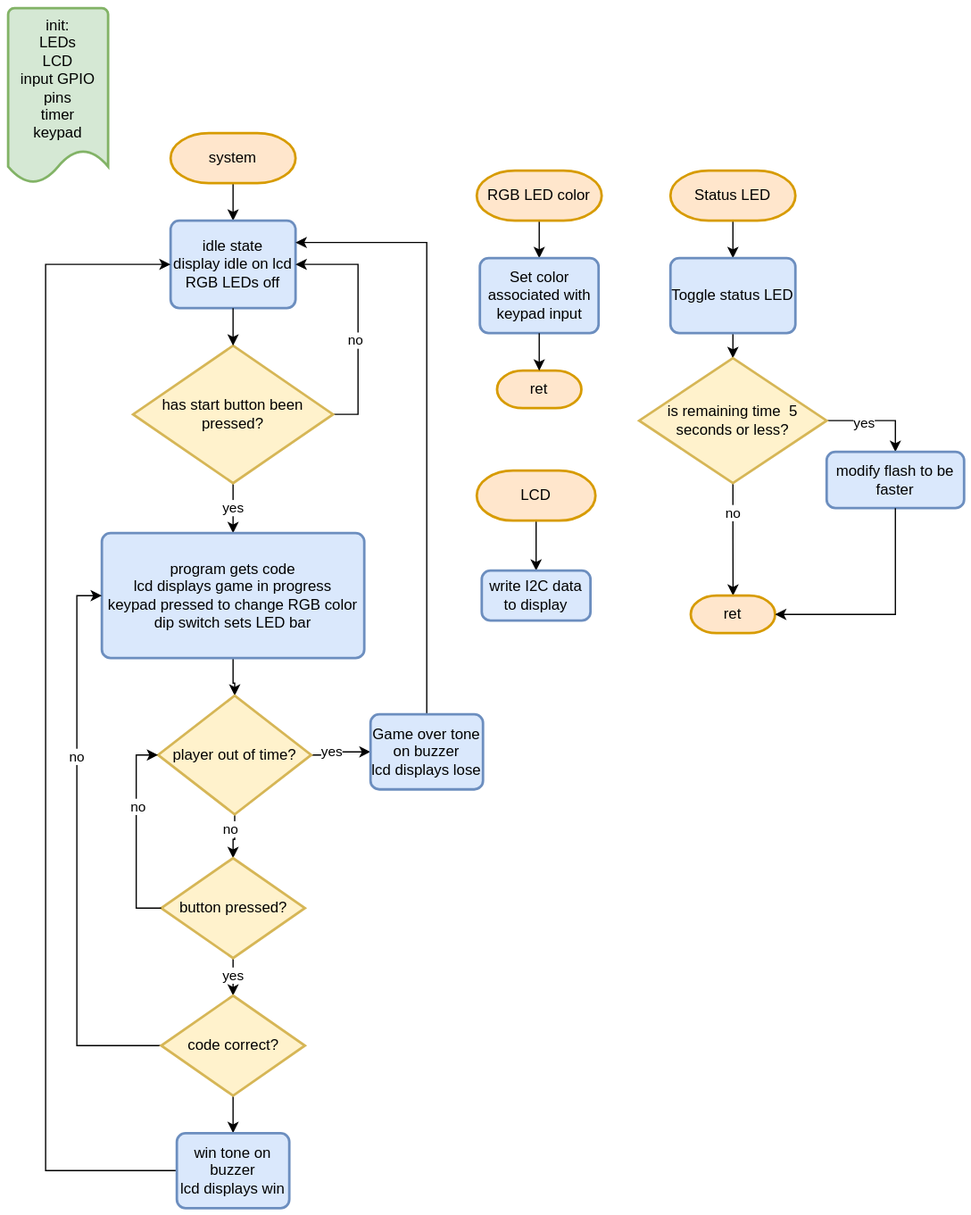
The draw.io diagram docs/assets/final_project_concept-flowchart.drawio.svg in msu-eele-465/final-project-rlm2002, before a commit. Source tidied: cells renumbered, new cells last; positions are measured from the earlier drawing's top-left corner, leaving out a move shared by most shapes. The source it was exported from:
```xml
<mxGraphModel>
  <root>
    <mxCell id="0" />
    <mxCell id="1" parent="0" />
    <mxCell id="2" style="edgeStyle=orthogonalEdgeStyle;rounded=0;jettySize=auto;html=1;exitX=0.5;exitY=1;exitDx=0;exitDy=0;exitPerimeter=0;entryX=0.5;entryY=0;entryDx=0;entryDy=0;" parent="1" edge="1" source="3" target="5">
      <mxGeometry relative="1" as="geometry" />
    </mxCell>
    <mxCell id="3" value="system" style="strokeWidth=2;html=1;shape=mxgraph.flowchart.terminator;whiteSpace=wrap;fillColor=#ffe6cc;strokeColor=#d79b00;" parent="1" vertex="1">
      <mxGeometry x="130" y="100" width="100" height="40" as="geometry" />
    </mxCell>
    <mxCell id="4" value="init:&lt;div&gt;LEDs&lt;/div&gt;&lt;div&gt;LCD&lt;/div&gt;&lt;div&gt;input GPIO pins&lt;/div&gt;&lt;div&gt;timer&lt;/div&gt;&lt;div&gt;keypad&lt;/div&gt;" style="strokeWidth=2;html=1;shape=mxgraph.flowchart.document2;whiteSpace=wrap;size=0.18888888888888888;fillColor=#d5e8d4;strokeColor=#82b366;verticalAlign=top;" parent="1" vertex="1">
      <mxGeometry width="80" height="140" as="geometry" />
    </mxCell>
    <mxCell id="5" value="idle state&lt;div&gt;display idle on lcd&lt;/div&gt;&lt;div&gt;RGB LEDs off&lt;/div&gt;" style="rounded=1;whiteSpace=wrap;html=1;absoluteArcSize=1;arcSize=14;strokeWidth=2;fillColor=#dae8fc;strokeColor=#6c8ebf;" parent="1" vertex="1">
      <mxGeometry x="130" y="170" width="100" height="70" as="geometry" />
    </mxCell>
    <mxCell id="6" style="edgeStyle=orthogonalEdgeStyle;rounded=0;jettySize=auto;html=1;exitX=1;exitY=0.5;exitDx=0;exitDy=0;exitPerimeter=0;entryX=1;entryY=0.5;entryDx=0;entryDy=0;" parent="1" edge="1" source="10" target="5">
      <mxGeometry relative="1" as="geometry" />
    </mxCell>
    <mxCell id="7" value="no" style="edgeLabel;html=1;align=center;verticalAlign=middle;" parent="6" vertex="1">
      <mxGeometry x="-0.16" y="3" relative="1" as="geometry" />
    </mxCell>
    <mxCell id="8" style="edgeStyle=orthogonalEdgeStyle;rounded=0;jettySize=auto;html=1;entryX=0.5;entryY=0;entryDx=0;entryDy=0;" parent="1" edge="1" source="10" target="12">
      <mxGeometry relative="1" as="geometry" />
    </mxCell>
    <mxCell id="9" value="yes" style="edgeLabel;html=1;align=center;verticalAlign=middle;" parent="8" vertex="1">
      <mxGeometry x="-0.05" y="-1" relative="1" as="geometry" />
    </mxCell>
    <mxCell id="10" value="has start button been pressed?" style="strokeWidth=2;html=1;shape=mxgraph.flowchart.decision;whiteSpace=wrap;fillColor=#fff2cc;strokeColor=#d6b656;" parent="1" vertex="1">
      <mxGeometry x="100" y="270" width="160" height="110" as="geometry" />
    </mxCell>
    <mxCell id="11" style="edgeStyle=orthogonalEdgeStyle;rounded=0;jettySize=auto;html=1;" parent="1" edge="1" source="12" target="27">
      <mxGeometry relative="1" as="geometry" />
    </mxCell>
    <mxCell id="12" value="program gets code&lt;div&gt;lcd displays game in progress&lt;/div&gt;&lt;div&gt;keypad pressed to change RGB color&lt;/div&gt;&lt;div&gt;dip switch sets LED bar&lt;/div&gt;" style="rounded=1;whiteSpace=wrap;html=1;absoluteArcSize=1;arcSize=14;strokeWidth=2;fillColor=#dae8fc;strokeColor=#6c8ebf;" parent="1" vertex="1">
      <mxGeometry x="75" y="420" width="210" height="100" as="geometry" />
    </mxCell>
    <mxCell id="13" style="edgeStyle=orthogonalEdgeStyle;rounded=0;jettySize=auto;html=1;exitX=0.5;exitY=1;exitDx=0;exitDy=0;entryX=0.5;entryY=0;entryDx=0;entryDy=0;entryPerimeter=0;" parent="1" edge="1" source="5" target="10">
      <mxGeometry relative="1" as="geometry" />
    </mxCell>
    <mxCell id="14" style="edgeStyle=orthogonalEdgeStyle;rounded=0;jettySize=auto;html=1;exitX=0.5;exitY=1;exitDx=0;exitDy=0;exitPerimeter=0;entryX=0.5;entryY=0;entryDx=0;entryDy=0;" parent="1" edge="1" source="15" target="20">
      <mxGeometry relative="1" as="geometry" />
    </mxCell>
    <mxCell id="15" value="RGB LED color" style="strokeWidth=2;html=1;shape=mxgraph.flowchart.terminator;whiteSpace=wrap;fillColor=#ffe6cc;strokeColor=#d79b00;" parent="1" vertex="1">
      <mxGeometry x="375" y="130" width="100" height="40" as="geometry" />
    </mxCell>
    <mxCell id="16" style="edgeStyle=orthogonalEdgeStyle;rounded=0;jettySize=auto;html=1;" parent="1" edge="1" source="17" target="29">
      <mxGeometry relative="1" as="geometry" />
    </mxCell>
    <mxCell id="17" value="Status LED" style="strokeWidth=2;html=1;shape=mxgraph.flowchart.terminator;whiteSpace=wrap;fillColor=#ffe6cc;strokeColor=#d79b00;" parent="1" vertex="1">
      <mxGeometry x="530" y="130" width="100" height="40" as="geometry" />
    </mxCell>
    <mxCell id="18" style="edgeStyle=orthogonalEdgeStyle;rounded=0;jettySize=auto;html=1;" parent="1" edge="1" source="19" target="48">
      <mxGeometry relative="1" as="geometry" />
    </mxCell>
    <mxCell id="19" value="LCD" style="strokeWidth=2;html=1;shape=mxgraph.flowchart.terminator;whiteSpace=wrap;fillColor=#ffe6cc;strokeColor=#d79b00;" parent="1" vertex="1">
      <mxGeometry x="375" y="370" width="95" height="40" as="geometry" />
    </mxCell>
    <mxCell id="20" value="Set color associated with keypad input" style="rounded=1;whiteSpace=wrap;html=1;absoluteArcSize=1;arcSize=14;strokeWidth=2;fillColor=#dae8fc;strokeColor=#6c8ebf;" parent="1" vertex="1">
      <mxGeometry x="377.5" y="200" width="95" height="60" as="geometry" />
    </mxCell>
    <mxCell id="21" value="ret" style="strokeWidth=2;html=1;shape=mxgraph.flowchart.terminator;whiteSpace=wrap;fillColor=#ffe6cc;strokeColor=#d79b00;" parent="1" vertex="1">
      <mxGeometry x="391.2" y="290" width="67.5" height="30" as="geometry" />
    </mxCell>
    <mxCell id="22" style="edgeStyle=orthogonalEdgeStyle;rounded=0;jettySize=auto;html=1;exitX=0.5;exitY=1;exitDx=0;exitDy=0;entryX=0.5;entryY=0;entryDx=0;entryDy=0;entryPerimeter=0;" parent="1" edge="1" source="20" target="21">
      <mxGeometry relative="1" as="geometry" />
    </mxCell>
    <mxCell id="23" style="edgeStyle=orthogonalEdgeStyle;rounded=0;jettySize=auto;html=1;" parent="1" edge="1" source="27" target="36">
      <mxGeometry relative="1" as="geometry" />
    </mxCell>
    <mxCell id="24" value="yes" style="edgeLabel;html=1;align=center;verticalAlign=middle;" parent="23" vertex="1">
      <mxGeometry x="-0.35" y="3" relative="1" as="geometry" />
    </mxCell>
    <mxCell id="25" style="edgeStyle=orthogonalEdgeStyle;rounded=0;jettySize=auto;html=1;" parent="1" edge="1" source="27" target="39">
      <mxGeometry relative="1" as="geometry" />
    </mxCell>
    <mxCell id="26" value="no" style="edgeLabel;html=1;align=center;verticalAlign=middle;" parent="25" vertex="1">
      <mxGeometry x="-0.38" y="-4" relative="1" as="geometry" />
    </mxCell>
    <mxCell id="27" value="player out of time?" style="strokeWidth=2;html=1;shape=mxgraph.flowchart.decision;whiteSpace=wrap;fillColor=#fff2cc;strokeColor=#d6b656;" parent="1" vertex="1">
      <mxGeometry x="120" y="550" width="122.5" height="95" as="geometry" />
    </mxCell>
    <mxCell id="28" style="edgeStyle=orthogonalEdgeStyle;rounded=0;jettySize=auto;html=1;" parent="1" edge="1" source="29" target="34">
      <mxGeometry relative="1" as="geometry" />
    </mxCell>
    <mxCell id="29" value="Toggle status LED" style="rounded=1;whiteSpace=wrap;html=1;absoluteArcSize=1;arcSize=14;strokeWidth=2;fillColor=#dae8fc;strokeColor=#6c8ebf;" parent="1" vertex="1">
      <mxGeometry x="530" y="200" width="100" height="60" as="geometry" />
    </mxCell>
    <mxCell id="30" style="edgeStyle=orthogonalEdgeStyle;rounded=0;jettySize=auto;html=1;exitX=1;exitY=0.5;exitDx=0;exitDy=0;exitPerimeter=0;entryX=0.5;entryY=0;entryDx=0;entryDy=0;" parent="1" edge="1" source="34" target="49">
      <mxGeometry relative="1" as="geometry" />
    </mxCell>
    <mxCell id="31" value="yes" style="edgeLabel;html=1;align=center;verticalAlign=middle;" parent="30" vertex="1">
      <mxGeometry x="-0.28" y="-1" relative="1" as="geometry" />
    </mxCell>
    <mxCell id="32" style="edgeStyle=orthogonalEdgeStyle;rounded=0;jettySize=auto;html=1;" parent="1" edge="1" source="34" target="50">
      <mxGeometry relative="1" as="geometry" />
    </mxCell>
    <mxCell id="33" value="no" style="edgeLabel;html=1;align=center;verticalAlign=middle;" parent="32" vertex="1">
      <mxGeometry x="-0.5" y="-1" relative="1" as="geometry" />
    </mxCell>
    <mxCell id="34" value="is remaining time&amp;nbsp; 5 seconds or less?" style="strokeWidth=2;html=1;shape=mxgraph.flowchart.decision;whiteSpace=wrap;fillColor=#fff2cc;strokeColor=#d6b656;" parent="1" vertex="1">
      <mxGeometry x="505" y="280" width="150" height="100" as="geometry" />
    </mxCell>
    <mxCell id="35" style="edgeStyle=orthogonalEdgeStyle;rounded=0;jettySize=auto;html=1;exitX=0.5;exitY=0;exitDx=0;exitDy=0;entryX=1;entryY=0.25;entryDx=0;entryDy=0;" parent="1" edge="1" source="36" target="5">
      <mxGeometry relative="1" as="geometry" />
    </mxCell>
    <mxCell id="36" value="Game over tone on buzzer&lt;div&gt;lcd displays lose&lt;/div&gt;" style="rounded=1;whiteSpace=wrap;html=1;absoluteArcSize=1;arcSize=14;strokeWidth=2;fillColor=#dae8fc;strokeColor=#6c8ebf;" parent="1" vertex="1">
      <mxGeometry x="290" y="565" width="90" height="60" as="geometry" />
    </mxCell>
    <mxCell id="37" style="edgeStyle=orthogonalEdgeStyle;rounded=0;jettySize=auto;html=1;" parent="1" edge="1" source="39" target="45">
      <mxGeometry relative="1" as="geometry" />
    </mxCell>
    <mxCell id="38" value="yes" style="edgeLabel;html=1;align=center;verticalAlign=middle;" parent="37" vertex="1">
      <mxGeometry x="0.32" y="-1" relative="1" as="geometry" />
    </mxCell>
    <mxCell id="39" value="button pressed?" style="strokeWidth=2;html=1;shape=mxgraph.flowchart.decision;whiteSpace=wrap;fillColor=#fff2cc;strokeColor=#d6b656;" parent="1" vertex="1">
      <mxGeometry x="122.5" y="680" width="115" height="80" as="geometry" />
    </mxCell>
    <mxCell id="40" style="edgeStyle=orthogonalEdgeStyle;rounded=0;jettySize=auto;html=1;exitX=0;exitY=0.5;exitDx=0;exitDy=0;exitPerimeter=0;entryX=0;entryY=0.5;entryDx=0;entryDy=0;entryPerimeter=0;" parent="1" edge="1" source="39" target="27">
      <mxGeometry relative="1" as="geometry" />
    </mxCell>
    <mxCell id="41" value="no" style="edgeLabel;html=1;align=center;verticalAlign=middle;" parent="40" vertex="1">
      <mxGeometry x="0.27" relative="1" as="geometry">
        <mxPoint x="1" as="offset" />
      </mxGeometry>
    </mxCell>
    <mxCell id="42" style="edgeStyle=orthogonalEdgeStyle;rounded=0;jettySize=auto;html=1;exitX=0;exitY=0.5;exitDx=0;exitDy=0;exitPerimeter=0;entryX=0;entryY=0.5;entryDx=0;entryDy=0;" parent="1" edge="1" source="45" target="12">
      <mxGeometry relative="1" as="geometry" />
    </mxCell>
    <mxCell id="43" value="no" style="edgeLabel;html=1;align=center;verticalAlign=middle;" parent="42" vertex="1">
      <mxGeometry x="0.34" y="1" relative="1" as="geometry" />
    </mxCell>
    <mxCell id="44" style="edgeStyle=orthogonalEdgeStyle;rounded=0;jettySize=auto;html=1;" parent="1" edge="1" source="45" target="47">
      <mxGeometry relative="1" as="geometry" />
    </mxCell>
    <mxCell id="45" value="code correct?" style="strokeWidth=2;html=1;shape=mxgraph.flowchart.decision;whiteSpace=wrap;fillColor=#fff2cc;strokeColor=#d6b656;" parent="1" vertex="1">
      <mxGeometry x="122.5" y="790" width="115" height="80" as="geometry" />
    </mxCell>
    <mxCell id="46" style="edgeStyle=orthogonalEdgeStyle;rounded=0;jettySize=auto;html=1;entryX=0;entryY=0.5;entryDx=0;entryDy=0;" parent="1" edge="1" source="47" target="5">
      <mxGeometry relative="1" as="geometry">
        <Array as="points">
          <mxPoint x="30" y="930" />
          <mxPoint x="30" y="205" />
        </Array>
      </mxGeometry>
    </mxCell>
    <mxCell id="47" value="win tone on buzzer&lt;div&gt;lcd displays win&lt;/div&gt;" style="rounded=1;whiteSpace=wrap;html=1;absoluteArcSize=1;arcSize=14;strokeWidth=2;fillColor=#dae8fc;strokeColor=#6c8ebf;" parent="1" vertex="1">
      <mxGeometry x="135" y="900" width="90" height="60" as="geometry" />
    </mxCell>
    <mxCell id="48" value="write I2C data to display" style="rounded=1;whiteSpace=wrap;html=1;absoluteArcSize=1;arcSize=14;strokeWidth=2;fillColor=#dae8fc;strokeColor=#6c8ebf;" parent="1" vertex="1">
      <mxGeometry x="379" y="450" width="87" height="40" as="geometry" />
    </mxCell>
    <mxCell id="49" value="modify flash to be faster" style="rounded=1;whiteSpace=wrap;html=1;absoluteArcSize=1;arcSize=14;strokeWidth=2;fillColor=#dae8fc;strokeColor=#6c8ebf;" parent="1" vertex="1">
      <mxGeometry x="655" y="355" width="110" height="45" as="geometry" />
    </mxCell>
    <mxCell id="50" value="ret" style="strokeWidth=2;html=1;shape=mxgraph.flowchart.terminator;whiteSpace=wrap;fillColor=#ffe6cc;strokeColor=#d79b00;" parent="1" vertex="1">
      <mxGeometry x="546.2" y="470" width="67.5" height="30" as="geometry" />
    </mxCell>
    <mxCell id="51" style="edgeStyle=orthogonalEdgeStyle;rounded=0;jettySize=auto;html=1;exitX=0.5;exitY=1;exitDx=0;exitDy=0;entryX=1;entryY=0.5;entryDx=0;entryDy=0;entryPerimeter=0;" parent="1" edge="1" source="49" target="50">
      <mxGeometry relative="1" as="geometry" />
    </mxCell>
  </root>
</mxGraphModel>
```
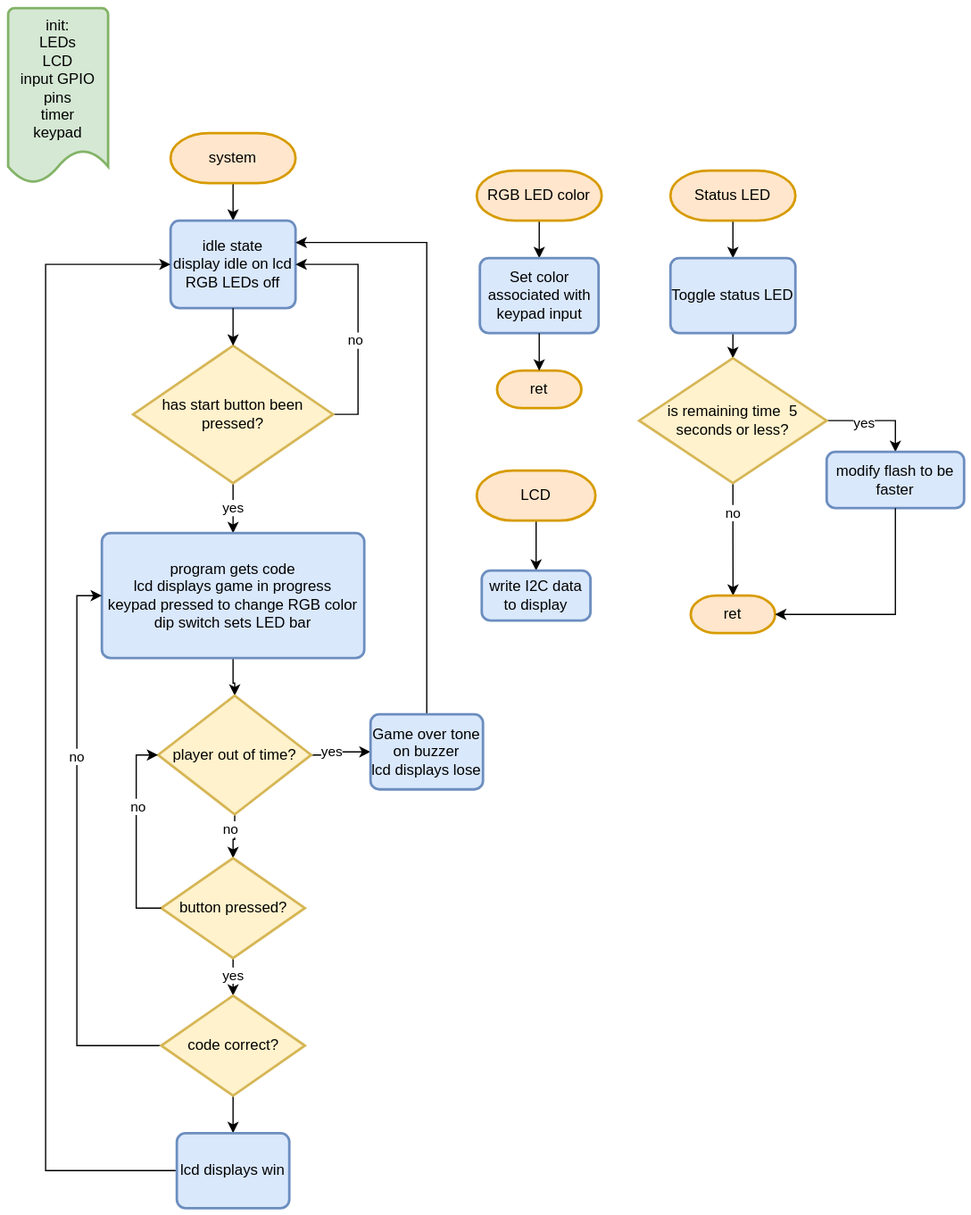
The same diagram one commit later.

What changed in the source:
```diff
@@ -144,7 +144,7 @@
         </Array>
       </mxGeometry>
     </mxCell>
-    <mxCell id="47" value="win tone on buzzer&lt;div&gt;lcd displays win&lt;/div&gt;" style="rounded=1;whiteSpace=wrap;html=1;absoluteArcSize=1;arcSize=14;strokeWidth=2;fillColor=#dae8fc;strokeColor=#6c8ebf;" parent="1" vertex="1">
+    <mxCell id="47" value="&lt;div&gt;lcd displays win&lt;/div&gt;" style="rounded=1;whiteSpace=wrap;html=1;absoluteArcSize=1;arcSize=14;strokeWidth=2;fillColor=#dae8fc;strokeColor=#6c8ebf;" parent="1" vertex="1">
       <mxGeometry x="135" y="900" width="90" height="60" as="geometry" />
     </mxCell>
     <mxCell id="48" value="write I2C data to display" style="rounded=1;whiteSpace=wrap;html=1;absoluteArcSize=1;arcSize=14;strokeWidth=2;fillColor=#dae8fc;strokeColor=#6c8ebf;" parent="1" vertex="1">
```
